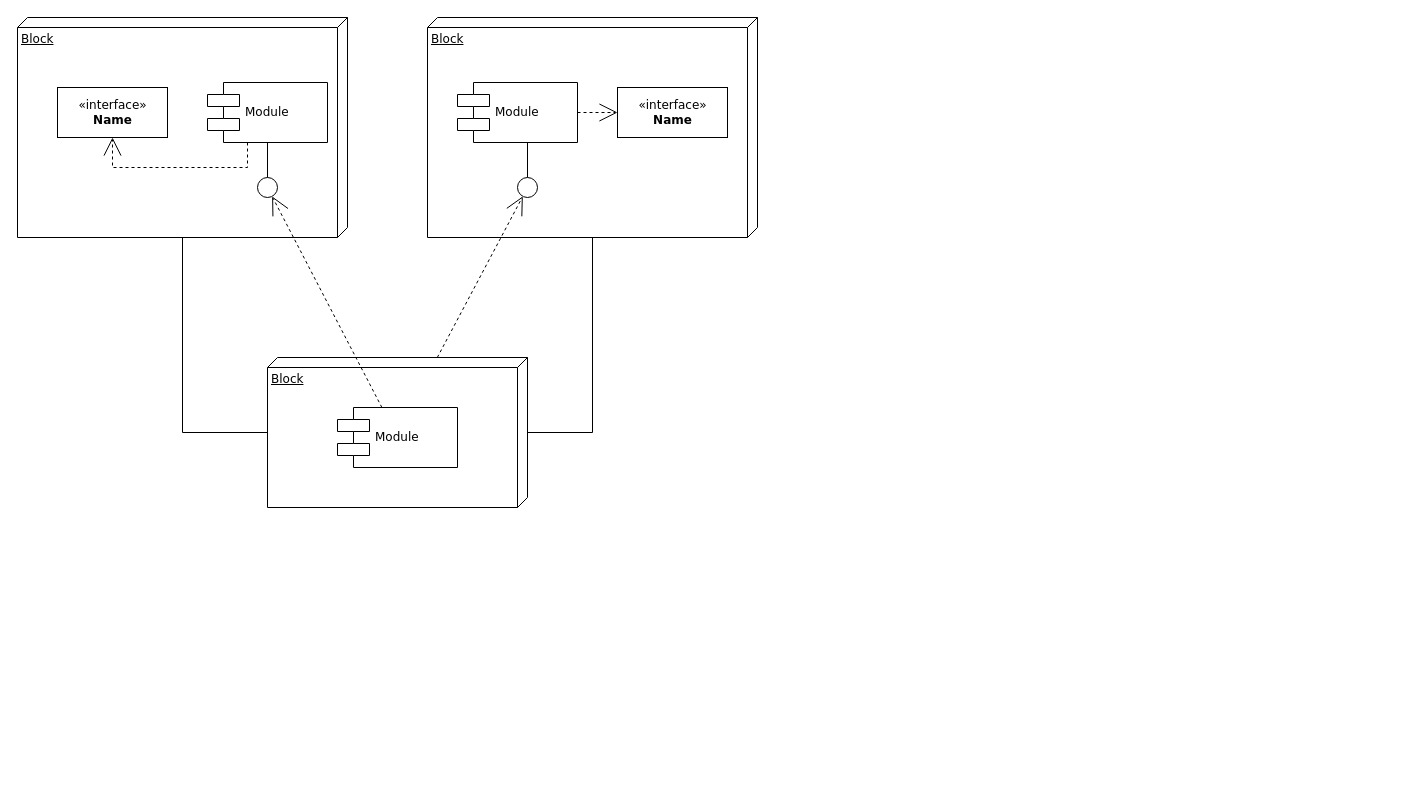
varlopecar/wordle keeps this draw.io diagram as mvc-hotel.drawio. Above is the earlier version. Source tidied: cells renumbered, new cells numbered last; positions are measured from the earlier drawing's top-left corner, leaving out a move shared by most shapes. Both pictures are drawn from the tidied source at 100%, with x=0, y=0 at pixel (17, 17).
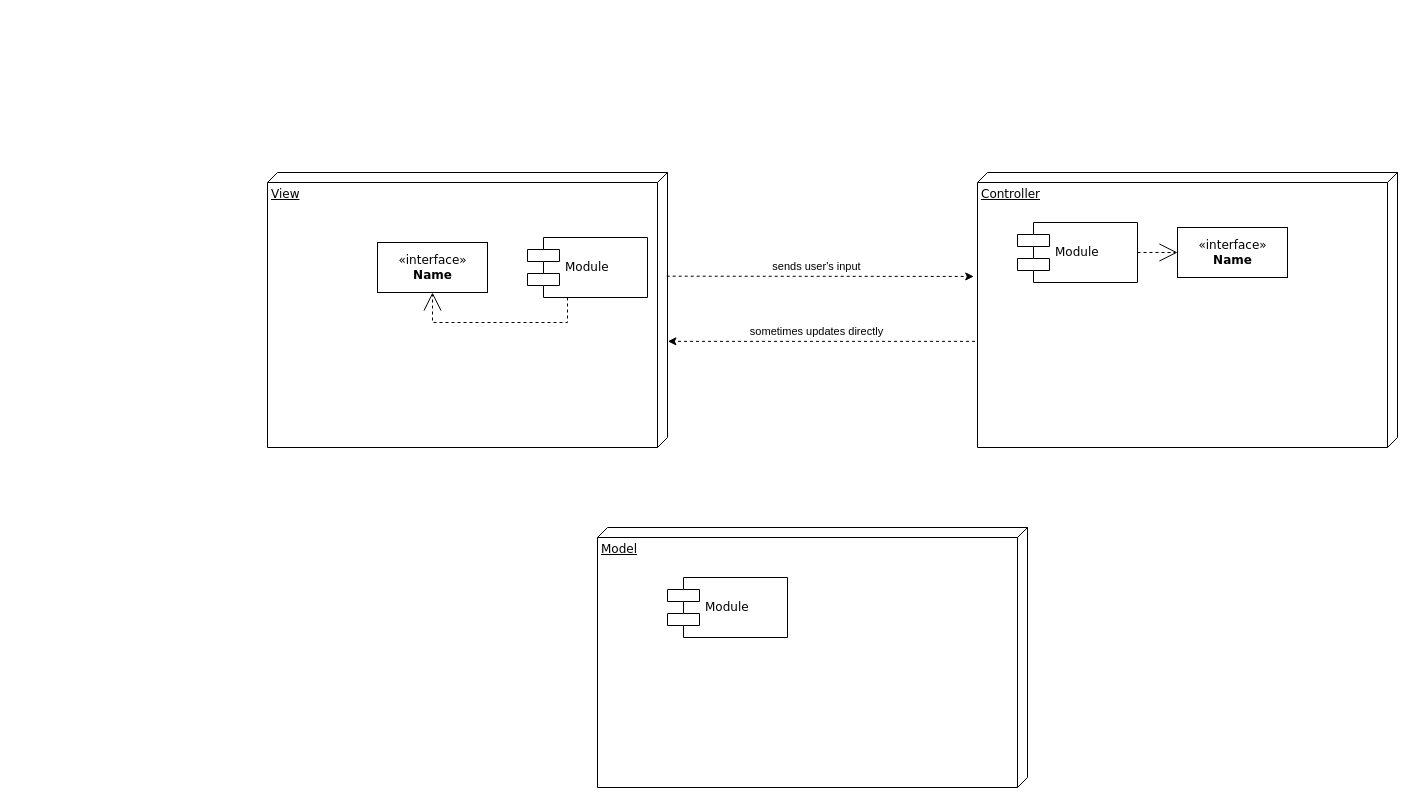
Above is the later version.

Diff of the diagram source:
```diff
@@
-    <mxCell id="2" value="Block" style="verticalAlign=top;align=left;spacingTop=8;spacingLeft=2;spacingRight=12;shape=cube;size=10;direction=south;fontStyle=4;html=1;rounded=0;shadow=0;comic=0;labelBackgroundColor=none;strokeWidth=1;fontFamily=Verdana;fontSize=12;" parent="1" vertex="1">
-      <mxGeometry width="330" height="220" as="geometry" />
+    <mxCell id="2" value="View" style="verticalAlign=top;align=left;spacingTop=8;spacingLeft=2;spacingRight=12;shape=cube;size=10;direction=south;fontStyle=4;html=1;rounded=0;shadow=0;comic=0;labelBackgroundColor=none;strokeWidth=1;fontFamily=Verdana;fontSize=12;" parent="1" vertex="1">
+      <mxGeometry x="250" y="155" width="400" height="275" as="geometry" />
     </mxCell>
-    <mxCell id="3" value="Block" style="verticalAlign=top;align=left;spacingTop=8;spacingLeft=2;spacingRight=12;shape=cube;size=10;direction=south;fontStyle=4;html=1;rounded=0;shadow=0;comic=0;labelBackgroundColor=none;strokeWidth=1;fontFamily=Verdana;fontSize=12;" parent="1" vertex="1">
-      <mxGeometry x="410" width="330" height="220" as="geometry" />
+    <mxCell id="3" value="Controller" style="verticalAlign=top;align=left;spacingTop=8;spacingLeft=2;spacingRight=12;shape=cube;size=10;direction=south;fontStyle=4;html=1;rounded=0;shadow=0;comic=0;labelBackgroundColor=none;strokeWidth=1;fontFamily=Verdana;fontSize=12;" parent="1" vertex="1">
+      <mxGeometry x="960" y="155" width="420" height="275" as="geometry" />
     </mxCell>
-    <mxCell id="4" value="Block" style="verticalAlign=top;align=left;spacingTop=8;spacingLeft=2;spacingRight=12;shape=cube;size=10;direction=south;fontStyle=4;html=1;rounded=0;shadow=0;comic=0;labelBackgroundColor=none;strokeWidth=1;fontFamily=Verdana;fontSize=12;" parent="1" vertex="1">
-      <mxGeometry x="250" y="340" width="260" height="150" as="geometry" />
+    <mxCell id="4" value="Model" style="verticalAlign=top;align=left;spacingTop=8;spacingLeft=2;spacingRight=12;shape=cube;size=10;direction=south;fontStyle=4;html=1;rounded=0;shadow=0;comic=0;labelBackgroundColor=none;strokeWidth=1;fontFamily=Verdana;fontSize=12;" parent="1" vertex="1">
+      <mxGeometry x="580" y="510" width="430" height="260" as="geometry" />
     </mxCell>
     <mxCell id="5" value="&amp;laquo;interface&amp;raquo;&lt;br&gt;&lt;b&gt;Name&lt;/b&gt;" style="html=1;rounded=0;shadow=0;comic=0;labelBackgroundColor=none;strokeWidth=1;fontFamily=Verdana;fontSize=12;align=center;" parent="1" vertex="1">
-      <mxGeometry x="40" y="70" width="110" height="50" as="geometry" />
+      <mxGeometry x="360" y="225" width="110" height="50" as="geometry" />
     </mxCell>
     <mxCell id="6" value="Module" style="shape=component;align=left;spacingLeft=36;rounded=0;shadow=0;comic=0;labelBackgroundColor=none;strokeWidth=1;fontFamily=Verdana;fontSize=12;html=1;" parent="1" vertex="1">
-      <mxGeometry x="190" y="65" width="120" height="60" as="geometry" />
+      <mxGeometry x="510" y="220" width="120" height="60" as="geometry" />
     </mxCell>
-    <mxCell id="7" style="ellipse;whiteSpace=wrap;html=1;rounded=0;shadow=0;comic=0;labelBackgroundColor=none;strokeWidth=1;fontFamily=Verdana;fontSize=12;align=center;" parent="1" vertex="1">
-      <mxGeometry x="240" y="160" width="20" height="20" as="geometry" />
-    </mxCell>
     <mxCell id="8" value="Module" style="shape=component;align=left;spacingLeft=36;rounded=0;shadow=0;comic=0;labelBackgroundColor=none;strokeWidth=1;fontFamily=Verdana;fontSize=12;html=1;" parent="1" vertex="1">
-      <mxGeometry x="440" y="65" width="120" height="60" as="geometry" />
+      <mxGeometry x="1000" y="205" width="120" height="60" as="geometry" />
     </mxCell>
     <mxCell id="9" value="&amp;laquo;interface&amp;raquo;&lt;br&gt;&lt;b&gt;Name&lt;/b&gt;" style="html=1;rounded=0;shadow=0;comic=0;labelBackgroundColor=none;strokeWidth=1;fontFamily=Verdana;fontSize=12;align=center;" parent="1" vertex="1">
-      <mxGeometry x="600" y="70" width="110" height="50" as="geometry" />
+      <mxGeometry x="1160" y="210" width="110" height="50" as="geometry" />
     </mxCell>
-    <mxCell id="10" style="ellipse;whiteSpace=wrap;html=1;rounded=0;shadow=0;comic=0;labelBackgroundColor=none;strokeWidth=1;fontFamily=Verdana;fontSize=12;align=center;" parent="1" vertex="1">
-      <mxGeometry x="500" y="160" width="20" height="20" as="geometry" />
-    </mxCell>
     <mxCell id="11" value="Module" style="shape=component;align=left;spacingLeft=36;rounded=0;shadow=0;comic=0;labelBackgroundColor=none;strokeWidth=1;fontFamily=Verdana;fontSize=12;html=1;" parent="1" vertex="1">
-      <mxGeometry x="320" y="390" width="120" height="60" as="geometry" />
+      <mxGeometry x="650" y="560" width="120" height="60" as="geometry" />
     </mxCell>
-    <mxCell id="12" style="edgeStyle=none;rounded=0;html=1;dashed=1;labelBackgroundColor=none;startArrow=none;startFill=0;startSize=8;endArrow=open;endFill=0;endSize=16;fontFamily=Verdana;fontSize=12;" parent="1" edge="1" source="11" target="7">
-      <mxGeometry relative="1" as="geometry" />
-    </mxCell>
-    <mxCell id="13" style="edgeStyle=none;rounded=0;html=1;dashed=1;labelBackgroundColor=none;startArrow=none;startFill=0;startSize=8;endArrow=open;endFill=0;endSize=16;fontFamily=Verdana;fontSize=12;" parent="1" edge="1" source="4" target="10">
-      <mxGeometry relative="1" as="geometry" />
-    </mxCell>
-    <mxCell id="14" style="edgeStyle=elbowEdgeStyle;rounded=0;html=1;labelBackgroundColor=none;startArrow=none;startFill=0;startSize=8;endArrow=none;endFill=0;endSize=16;fontFamily=Verdana;fontSize=12;" parent="1" edge="1" source="10" target="8">
-      <mxGeometry relative="1" as="geometry" />
-    </mxCell>
-    <mxCell id="15" style="edgeStyle=elbowEdgeStyle;rounded=0;html=1;labelBackgroundColor=none;startArrow=none;startFill=0;startSize=8;endArrow=none;endFill=0;endSize=16;fontFamily=Verdana;fontSize=12;" parent="1" edge="1" source="7" target="6">
-      <mxGeometry relative="1" as="geometry" />
-    </mxCell>
     <mxCell id="16" style="edgeStyle=orthogonalEdgeStyle;rounded=0;html=1;labelBackgroundColor=none;startArrow=none;startFill=0;startSize=8;endArrow=open;endFill=0;endSize=16;fontFamily=Verdana;fontSize=12;dashed=1;" parent="1" edge="1" source="6" target="5">
       <mxGeometry relative="1" as="geometry">
         <Array as="points">
-          <mxPoint x="230" y="150" />
-          <mxPoint x="95" y="150" />
+          <mxPoint x="550" y="305" />
+          <mxPoint x="415" y="305" />
         </Array>
       </mxGeometry>
     </mxCell>
@@
-    <mxCell id="18" style="edgeStyle=orthogonalEdgeStyle;rounded=0;html=1;labelBackgroundColor=none;startArrow=none;startFill=0;startSize=8;endArrow=none;endFill=0;endSize=16;fontFamily=Verdana;fontSize=12;" parent="1" edge="1" source="4" target="3">
-      <mxGeometry relative="1" as="geometry">
-        <Array as="points">
-          <mxPoint x="575" y="415" />
-        </Array>
-      </mxGeometry>
-    </mxCell>
-    <mxCell id="19" style="edgeStyle=orthogonalEdgeStyle;rounded=0;html=1;labelBackgroundColor=none;startArrow=none;startFill=0;startSize=8;endArrow=none;endFill=0;endSize=16;fontFamily=Verdana;fontSize=12;" parent="1" edge="1" source="4" target="2">
-      <mxGeometry relative="1" as="geometry">
-        <Array as="points">
-          <mxPoint x="165" y="415" />
-        </Array>
-      </mxGeometry>
-    </mxCell>
+    <mxCell id="20" style="endArrow=classic;html=1;rounded=0;exitX=0.377;exitY=0.002;exitDx=0;exitDy=0;exitPerimeter=0;entryX=0.378;entryY=1.009;entryDx=0;entryDy=0;entryPerimeter=0;dashed=1;" parent="1" edge="1" source="2" target="3">
+      <mxGeometry relative="1" as="geometry" />
+    </mxCell>
+    <mxCell id="21" value="&amp;nbsp;sends user's input&amp;nbsp;" style="edgeLabel;html=1;align=center;verticalAlign=middle;" parent="20" vertex="1">
+      <mxGeometry x="-0.15" y="1" relative="1" as="geometry">
+        <mxPoint x="19" y="-9" as="offset" />
+      </mxGeometry>
+    </mxCell>
+    <mxCell id="22" style="endArrow=classic;html=1;rounded=0;exitX=0.614;exitY=1.006;exitDx=0;exitDy=0;exitPerimeter=0;entryX=0.614;entryY=-0.001;entryDx=0;entryDy=0;entryPerimeter=0;dashed=1;" parent="1" edge="1" source="3" target="2">
+      <mxGeometry relative="1" as="geometry" />
+    </mxCell>
+    <mxCell id="23" value="sometimes updates directly" style="edgeLabel;html=1;align=center;verticalAlign=middle;" parent="22" vertex="1">
+      <mxGeometry x="-0.15" y="1" relative="1" as="geometry">
+        <mxPoint x="-28" y="-11" as="offset" />
+      </mxGeometry>
+    </mxCell>
```
